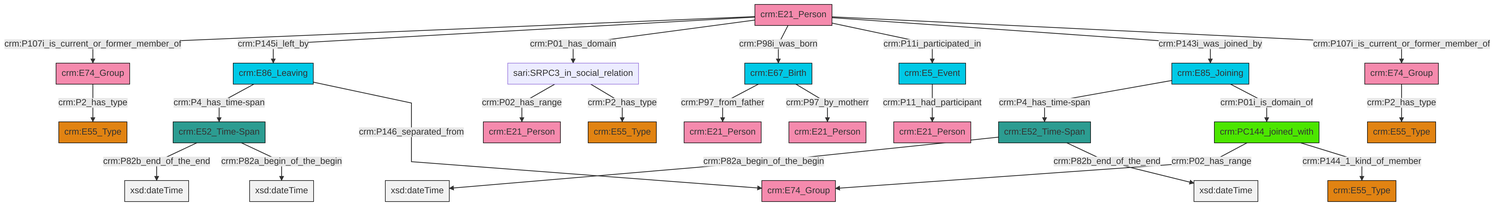
Earlier version of the Mermaid export et/personCSV/ttl/mmd/png/Person_Actor_Relations.png (swiss-art-research-net/docs.swissartresearch). Its source is kept beside it as et/personCSV/ttl/mmd/Person_Actor_Relations.ttl.mmd.
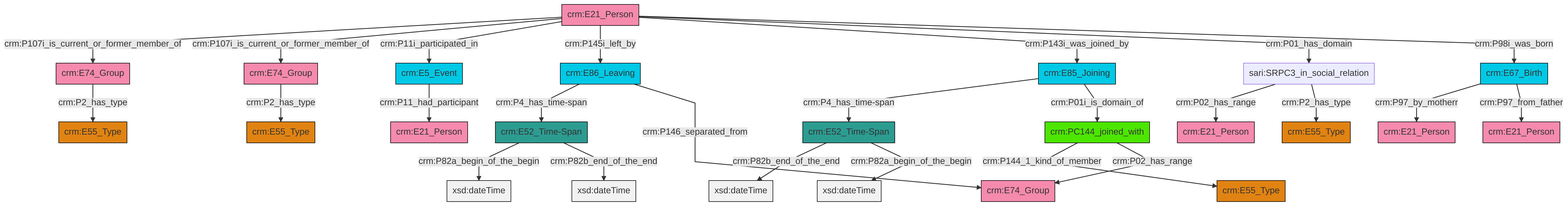
After the commit.

What changed in the source:
```diff
@@ -13,27 +13,27 @@
 classDef PC_Classes fill:#4ce600, stroke:#000000;
 classDef Multi fill:#cccccc,stroke:#000000;
 
-4["sari:SRPC3_in_social_relation"]:::Default -->|crm:P02_has_range| 5["crm:E21_Person"]:::Actor
-6["crm:E21_Person"]:::Actor -->|crm:P107i_is_current_or_former_member_of| 7["crm:E74_Group"]:::Actor
-6["crm:E21_Person"]:::Actor -->|crm:P145i_left_by| 8["crm:E86_Leaving"]:::Temporal_Entity
-0["crm:E52_Time-Span"]:::Time-Span -->|crm:P82a_begin_of_the_begin| 9[xsd:dateTime]:::Literal
-12["crm:PC144_joined_with"]:::PC_Classes -->|crm:P02_has_range| 10["crm:E74_Group"]:::Actor
-15["crm:E67_Birth"]:::Temporal_Entity -->|crm:P97_from_father| 16["crm:E21_Person"]:::Actor
-8["crm:E86_Leaving"]:::Temporal_Entity -->|crm:P4_has_time-span| 17["crm:E52_Time-Span"]:::Time-Span
-4["sari:SRPC3_in_social_relation"]:::Default -->|crm:P2_has_type| 18["crm:E55_Type"]:::Type
-17["crm:E52_Time-Span"]:::Time-Span -->|crm:P82b_end_of_the_end| 22[xsd:dateTime]:::Literal
-23["crm:E85_Joining"]:::Temporal_Entity -->|crm:P4_has_time-span| 0["crm:E52_Time-Span"]:::Time-Span
-6["crm:E21_Person"]:::Actor -->|crm:P01_has_domain| 4["sari:SRPC3_in_social_relation"]:::Default
-6["crm:E21_Person"]:::Actor -->|crm:P98i_was_born| 15["crm:E67_Birth"]:::Temporal_Entity
-6["crm:E21_Person"]:::Actor -->|crm:P11i_participated_in| 25["crm:E5_Event"]:::Temporal_Entity
-6["crm:E21_Person"]:::Actor -->|crm:P143i_was_joined_by| 23["crm:E85_Joining"]:::Temporal_Entity
-7["crm:E74_Group"]:::Actor -->|crm:P2_has_type| 13["crm:E55_Type"]:::Type
-25["crm:E5_Event"]:::Temporal_Entity -->|crm:P11_had_participant| 2["crm:E21_Person"]:::Actor
-17["crm:E52_Time-Span"]:::Time-Span -->|crm:P82a_begin_of_the_begin| 31[xsd:dateTime]:::Literal
-12["crm:PC144_joined_with"]:::PC_Classes -->|crm:P144_1_kind_of_member| 28["crm:E55_Type"]:::Type
-0["crm:E52_Time-Span"]:::Time-Span -->|crm:P82b_end_of_the_end| 33[xsd:dateTime]:::Literal
-39["crm:E74_Group"]:::Actor -->|crm:P2_has_type| 19["crm:E55_Type"]:::Type
-23["crm:E85_Joining"]:::Temporal_Entity -->|crm:P01i_is_domain_of| 12["crm:PC144_joined_with"]:::PC_Classes
-8["crm:E86_Leaving"]:::Temporal_Entity -->|crm:P146_separated_from| 10["crm:E74_Group"]:::Actor
-6["crm:E21_Person"]:::Actor -->|crm:P107i_is_current_or_former_member_of| 39["crm:E74_Group"]:::Actor
-15["crm:E67_Birth"]:::Temporal_Entity -->|crm:P97_by_motherr| 40["crm:E21_Person"]:::Actor
+6["sari:SRPC3_in_social_relation"]:::Default -->|crm:P02_has_range| 7["crm:E21_Person"]:::Actor
+8["crm:E86_Leaving"]:::Temporal_Entity -->|crm:P4_has_time-span| 9["crm:E52_Time-Span"]:::Time-Span
+10["crm:E21_Person"]:::Actor -->|crm:P107i_is_current_or_former_member_of| 11["crm:E74_Group"]:::Actor
+13["crm:E52_Time-Span"]:::Time-Span -->|crm:P82b_end_of_the_end| 14[xsd:dateTime]:::Literal
+17["crm:E74_Group"]:::Actor -->|crm:P2_has_type| 18["crm:E55_Type"]:::Type
+10["crm:E21_Person"]:::Actor -->|crm:P107i_is_current_or_former_member_of| 17["crm:E74_Group"]:::Actor
+22["crm:E5_Event"]:::Temporal_Entity -->|crm:P11_had_participant| 19["crm:E21_Person"]:::Actor
+11["crm:E74_Group"]:::Actor -->|crm:P2_has_type| 2["crm:E55_Type"]:::Type
+27["crm:E85_Joining"]:::Temporal_Entity -->|crm:P4_has_time-span| 13["crm:E52_Time-Span"]:::Time-Span
+25["crm:PC144_joined_with"]:::PC_Classes -->|crm:P144_1_kind_of_member| 0["crm:E55_Type"]:::Type
+10["crm:E21_Person"]:::Actor -->|crm:P11i_participated_in| 22["crm:E5_Event"]:::Temporal_Entity
+13["crm:E52_Time-Span"]:::Time-Span -->|crm:P82a_begin_of_the_begin| 32[xsd:dateTime]:::Literal
+9["crm:E52_Time-Span"]:::Time-Span -->|crm:P82a_begin_of_the_begin| 34[xsd:dateTime]:::Literal
+27["crm:E85_Joining"]:::Temporal_Entity -->|crm:P01i_is_domain_of| 25["crm:PC144_joined_with"]:::PC_Classes
+4["crm:E67_Birth"]:::Temporal_Entity -->|crm:P97_by_motherr| 35["crm:E21_Person"]:::Actor
+4["crm:E67_Birth"]:::Temporal_Entity -->|crm:P97_from_father| 23["crm:E21_Person"]:::Actor
+9["crm:E52_Time-Span"]:::Time-Span -->|crm:P82b_end_of_the_end| 40[xsd:dateTime]:::Literal
+6["sari:SRPC3_in_social_relation"]:::Default -->|crm:P2_has_type| 28["crm:E55_Type"]:::Type
+10["crm:E21_Person"]:::Actor -->|crm:P145i_left_by| 8["crm:E86_Leaving"]:::Temporal_Entity
+8["crm:E86_Leaving"]:::Temporal_Entity -->|crm:P146_separated_from| 38["crm:E74_Group"]:::Actor
+25["crm:PC144_joined_with"]:::PC_Classes -->|crm:P02_has_range| 38["crm:E74_Group"]:::Actor
+10["crm:E21_Person"]:::Actor -->|crm:P143i_was_joined_by| 27["crm:E85_Joining"]:::Temporal_Entity
+10["crm:E21_Person"]:::Actor -->|crm:P01_has_domain| 6["sari:SRPC3_in_social_relation"]:::Default
+10["crm:E21_Person"]:::Actor -->|crm:P98i_was_born| 4["crm:E67_Birth"]:::Temporal_Entity
```
